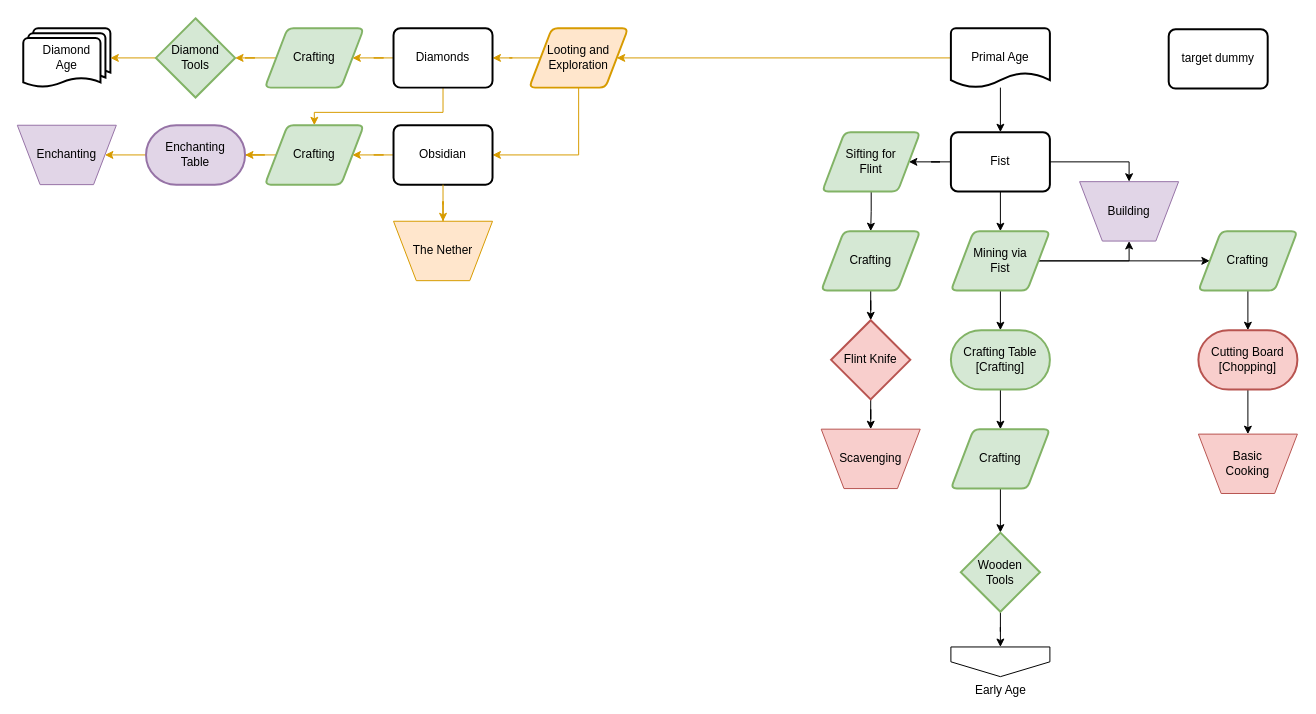
MeepishRealms/Cog keeps this draw.io diagram as page "Primal Age" (3 of 7) of flowcharts/progression.drawio. Above is the earlier version. Source tidied: cells renumbered, new cells numbered last; positions are measured from the earlier drawing's top-left corner, leaving out a move shared by most shapes. Both pictures are drawn from the tidied source at 99%, with x=0, y=0 at pixel (17, 18).
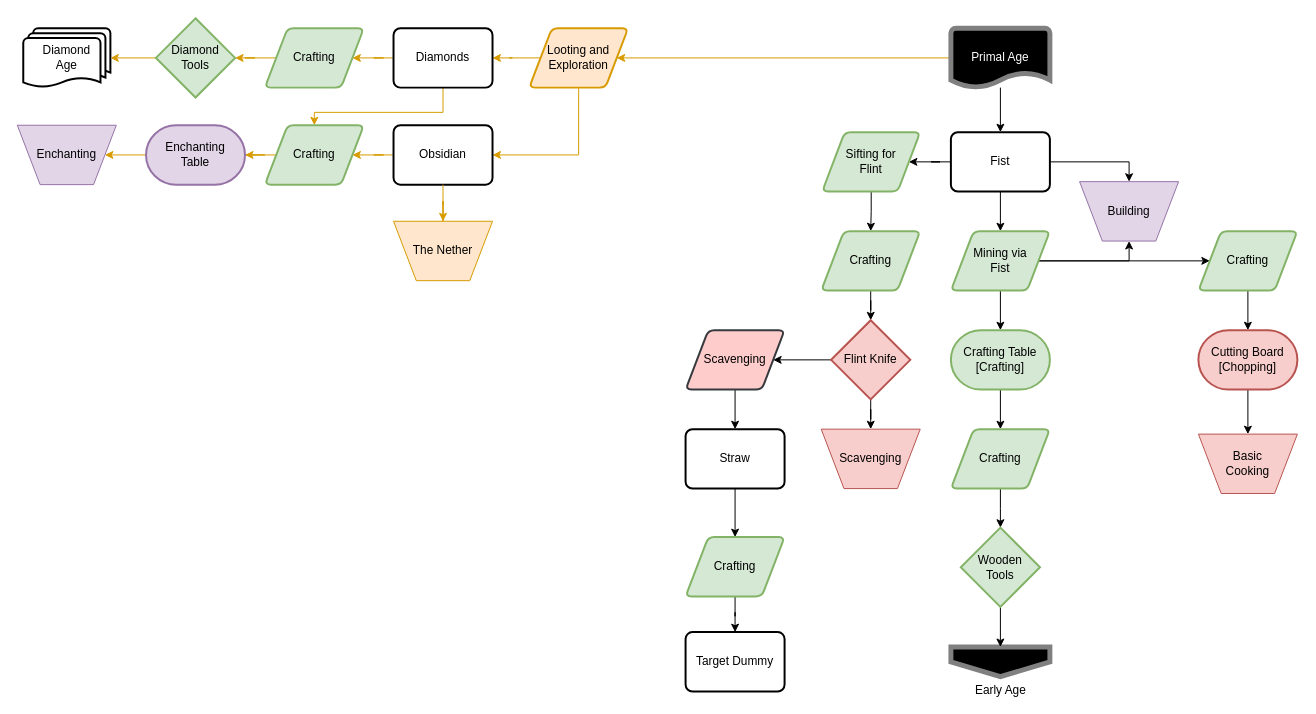
The same diagram, later.

Unchanged cells that the change refers to:
```xml
<mxCell id="26" value="Flint Knife" style="strokeWidth=2;html=1;shape=mxgraph.flowchart.decision;whiteSpace=wrap;fillColor=#f8cecc;strokeColor=#b85450;" parent="1" vertex="1">
  <mxGeometry x="822" y="305" width="80" height="80" as="geometry" />
</mxCell>
```

Change to the diagram source:
```diff
@@
-    <mxCell id="8" value="Primal Age" style="strokeWidth=2;html=1;shape=mxgraph.flowchart.document2;whiteSpace=wrap;size=0.25;" parent="1" vertex="1">
+    <mxCell id="8" value="Primal Age" style="strokeWidth=5;html=1;shape=mxgraph.flowchart.document2;whiteSpace=wrap;size=0.25;fillColor=#000000;strokeColor=#808080;fontColor=#FFFFFF;" parent="1" vertex="1">
       <mxGeometry x="943" y="10" width="100" height="60" as="geometry" />
     </mxCell>
-    <mxCell id="9" value="Early Age" style="verticalLabelPosition=bottom;verticalAlign=top;html=1;shape=offPageConnector;rounded=0;size=0.5;" parent="1" vertex="1">
+    <mxCell id="9" value="Early Age" style="verticalLabelPosition=bottom;verticalAlign=top;html=1;shape=offPageConnector;rounded=0;size=0.5;fillColor=#000000;strokeColor=#808080;strokeWidth=5;" parent="1" vertex="1">
       <mxGeometry x="943" y="635" width="100" height="30" as="geometry" />
     </mxCell>
@@
     <mxCell id="20" value="Wooden&lt;br&gt;Tools" style="strokeWidth=2;html=1;shape=mxgraph.flowchart.decision;whiteSpace=wrap;fillColor=#d5e8d4;strokeColor=#82b366;" parent="1" vertex="1">
-      <mxGeometry x="953" y="519.5" width="80" height="80" as="geometry" />
+      <mxGeometry x="953" y="514.5" width="80" height="80" as="geometry" />
     </mxCell>
@@
+    <mxCell id="56" style="edgeStyle=orthogonalEdgeStyle;rounded=0;jettySize=auto;html=1;exitX=0;exitY=0.5;exitDx=0;exitDy=0;exitPerimeter=0;" parent="1" edge="1" source="26" target="58">
+      <mxGeometry relative="1" as="geometry" />
+    </mxCell>
@@
-    <mxCell id="55" value="target dummy" style="rounded=1;whiteSpace=wrap;html=1;absoluteArcSize=1;arcSize=14;strokeWidth=2;" parent="1" vertex="1">
-      <mxGeometry x="1163" y="11" width="100" height="60" as="geometry" />
+    <mxCell id="55" value="Target Dummy" style="rounded=1;whiteSpace=wrap;html=1;absoluteArcSize=1;arcSize=14;strokeWidth=2;" parent="1" vertex="1">
+      <mxGeometry x="675" y="620" width="100" height="60" as="geometry" />
     </mxCell>
+    <mxCell id="57" style="edgeStyle=orthogonalEdgeStyle;rounded=0;jettySize=auto;html=1;exitX=0.5;exitY=1;exitDx=0;exitDy=0;" parent="1" edge="1" source="58" target="60">
+      <mxGeometry relative="1" as="geometry" />
+    </mxCell>
+    <mxCell id="58" value="Scavenging" style="shape=parallelogram;html=1;strokeWidth=2;perimeter=parallelogramPerimeter;whiteSpace=wrap;rounded=1;arcSize=12;size=0.23;fillColor=#ffcccc;strokeColor=#36393d;" parent="1" vertex="1">
+      <mxGeometry x="675" y="315" width="100" height="60" as="geometry" />
+    </mxCell>
+    <mxCell id="59" style="edgeStyle=orthogonalEdgeStyle;rounded=0;jettySize=auto;html=1;exitX=0.5;exitY=1;exitDx=0;exitDy=0;" parent="1" edge="1" source="60" target="62">
+      <mxGeometry relative="1" as="geometry" />
+    </mxCell>
+    <mxCell id="60" value="Straw" style="rounded=1;whiteSpace=wrap;html=1;absoluteArcSize=1;arcSize=14;strokeWidth=2;" parent="1" vertex="1">
+      <mxGeometry x="675" y="415" width="100" height="60" as="geometry" />
+    </mxCell>
+    <mxCell id="61" style="edgeStyle=orthogonalEdgeStyle;rounded=0;jettySize=auto;html=1;exitX=0.5;exitY=1;exitDx=0;exitDy=0;" parent="1" edge="1" source="62" target="55">
+      <mxGeometry relative="1" as="geometry" />
+    </mxCell>
+    <mxCell id="62" value="Crafting" style="shape=parallelogram;html=1;strokeWidth=2;perimeter=parallelogramPerimeter;whiteSpace=wrap;rounded=1;arcSize=12;size=0.23;fillColor=#d5e8d4;strokeColor=#82b366;" parent="1" vertex="1">
+      <mxGeometry x="675" y="524" width="100" height="60" as="geometry" />
+    </mxCell>
```
